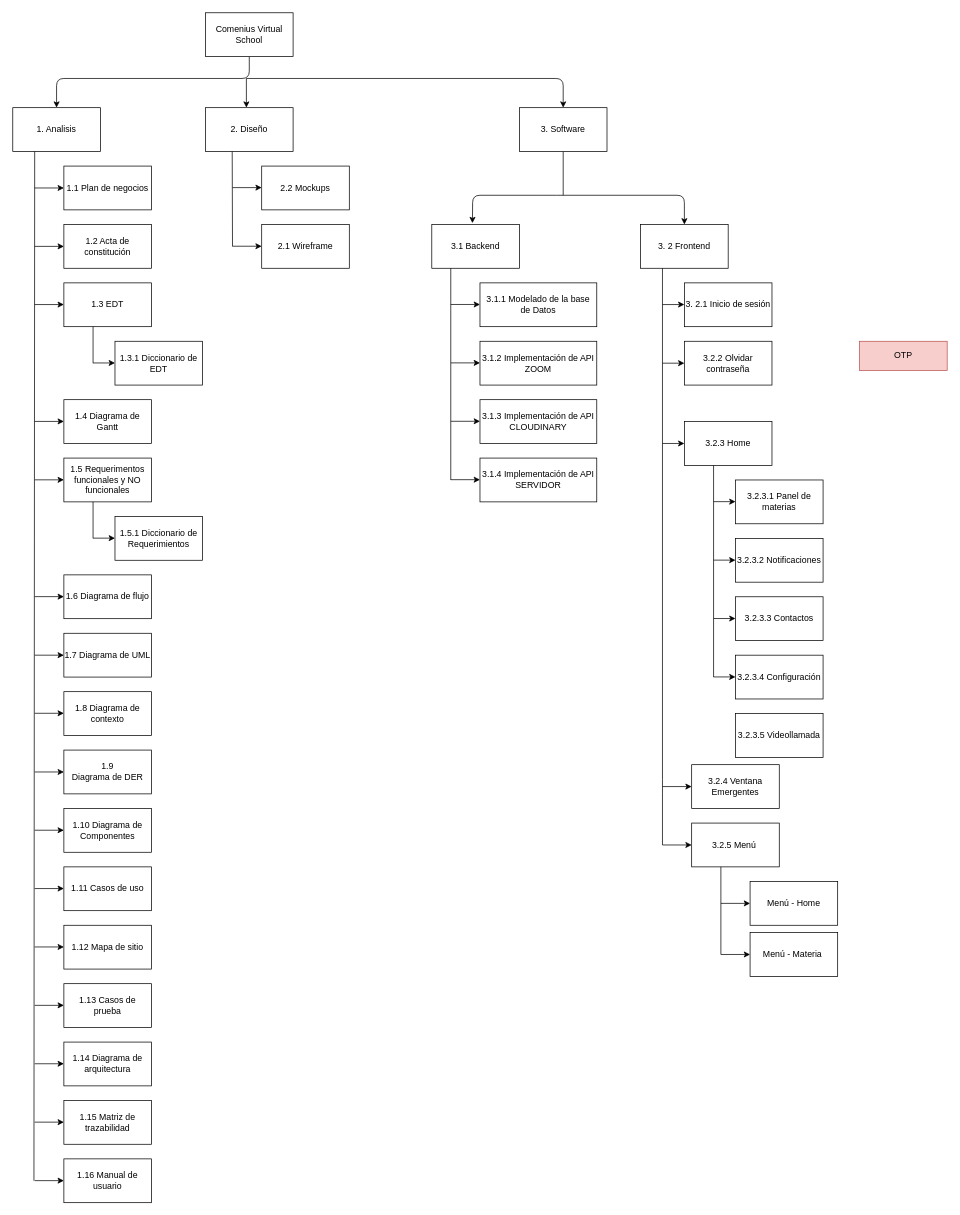
Before: page "EDT" (1 of 2) of edt.drawio in pr1mus-h4ck/diagramas, a draw.io diagram. Source tidied: cells renumbered, new cells numbered last; positions are measured from the earlier drawing's top-left corner, leaving out a move shared by most shapes. Both pictures are drawn from the tidied source at 73%, with x=0, y=0 at pixel (12, 12).
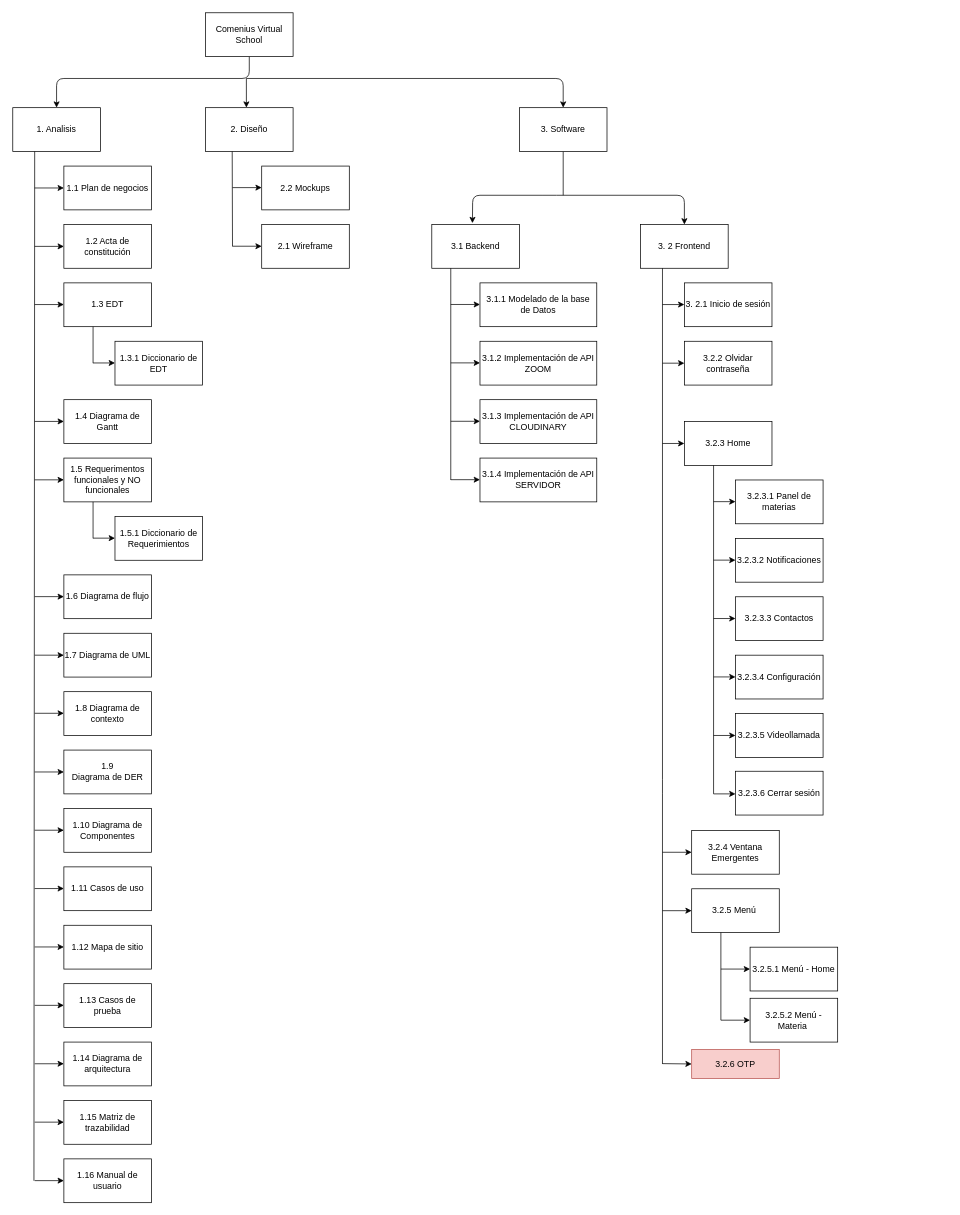
The same diagram, later.

The change refers to these unchanged cells:
```xml
<mxCell id="83" value="3.2.3.5 Videollamada" style="rounded=0;whiteSpace=wrap;html=1;" parent="1" vertex="1">
  <mxGeometry x="990" y="960" width="120" height="60" as="geometry" />
</mxCell>
```

Diff of the diagram source:
```diff
@@
     <mxCell id="68" style="endArrow=none;html=1;" parent="1" edge="1">
       <mxGeometry relative="1" as="geometry">
-        <mxPoint x="890" y="1140" as="sourcePoint" />
+        <mxPoint x="890" y="1440" as="sourcePoint" />
         <mxPoint x="890" y="350" as="targetPoint" />
         <Array as="points">
           <mxPoint x="890" y="1060" />
         </Array>
       </mxGeometry>
     </mxCell>
@@
     <mxCell id="74" style="endArrow=none;html=1;" parent="1" edge="1">
       <mxGeometry relative="1" as="geometry">
-        <mxPoint x="960" y="910" as="sourcePoint" />
+        <mxPoint x="960" y="1070" as="sourcePoint" />
         <mxPoint x="960" y="620" as="targetPoint" />
       </mxGeometry>
     </mxCell>
@@
-    <mxCell id="81" value="OTP" style="rounded=0;whiteSpace=wrap;html=1;fillColor=#f8cecc;strokeColor=#b85450;" parent="1" vertex="1">
-      <mxGeometry x="1160" y="450" width="120" height="40" as="geometry" />
+    <mxCell id="81" value="3.2.6 OTP" style="rounded=0;whiteSpace=wrap;html=1;fillColor=#f8cecc;strokeColor=#b85450;" parent="1" vertex="1">
+      <mxGeometry x="930" y="1420" width="120" height="40" as="geometry" />
     </mxCell>
@@
     <mxCell id="84" value="3.2.4 Ventana Emergentes" style="rounded=0;whiteSpace=wrap;html=1;" parent="1" vertex="1">
-      <mxGeometry x="930" y="1030" width="120" height="60" as="geometry" />
+      <mxGeometry x="930" y="1120" width="120" height="60" as="geometry" />
     </mxCell>
     <mxCell id="85" value="3.2.5 Menú&amp;nbsp;" style="rounded=0;whiteSpace=wrap;html=1;" parent="1" vertex="1">
-      <mxGeometry x="930" y="1110" width="120" height="60" as="geometry" />
+      <mxGeometry x="930" y="1200" width="120" height="60" as="geometry" />
     </mxCell>
     <mxCell id="86" style="edgeStyle=none;html=1;entryX=0;entryY=0.5;entryDx=0;entryDy=0;" parent="1" edge="1" target="84">
       <mxGeometry relative="1" as="geometry">
-        <mxPoint x="890" y="1060" as="sourcePoint" />
+        <mxPoint x="890" y="1150" as="sourcePoint" />
       </mxGeometry>
     </mxCell>
     <mxCell id="87" style="edgeStyle=none;html=1;entryX=0;entryY=0.5;entryDx=0;entryDy=0;" parent="1" edge="1" target="85">
       <mxGeometry relative="1" as="geometry">
-        <mxPoint x="890" y="1140" as="sourcePoint" />
+        <mxPoint x="890" y="1230" as="sourcePoint" />
       </mxGeometry>
     </mxCell>
-    <mxCell id="88" value="Menú - Home" style="rounded=0;whiteSpace=wrap;html=1;" parent="1" vertex="1">
-      <mxGeometry x="1010" y="1190" width="120" height="60" as="geometry" />
+    <mxCell id="88" value="3.2.5.1 Menú - Home" style="rounded=0;whiteSpace=wrap;html=1;" parent="1" vertex="1">
+      <mxGeometry x="1010" y="1280" width="120" height="60" as="geometry" />
     </mxCell>
-    <mxCell id="89" value="Menú - Materia&amp;nbsp;" style="rounded=0;whiteSpace=wrap;html=1;" parent="1" vertex="1">
-      <mxGeometry x="1010" y="1260" width="120" height="60" as="geometry" />
+    <mxCell id="89" value="3.2.5.2 Menú - Materia&amp;nbsp;" style="rounded=0;whiteSpace=wrap;html=1;" parent="1" vertex="1">
+      <mxGeometry x="1010" y="1350" width="120" height="60" as="geometry" />
     </mxCell>
     <mxCell id="90" style="endArrow=none;html=1;" parent="1" edge="1">
       <mxGeometry relative="1" as="geometry">
-        <mxPoint x="970" y="1290" as="sourcePoint" />
-        <mxPoint x="970" y="1170" as="targetPoint" />
+        <mxPoint x="970" y="1380" as="sourcePoint" />
+        <mxPoint x="970" y="1260" as="targetPoint" />
       </mxGeometry>
     </mxCell>
     <mxCell id="91" style="endArrow=classic;html=1;" parent="1" edge="1" target="88">
       <mxGeometry relative="1" as="geometry">
-        <mxPoint x="970" y="1220" as="sourcePoint" />
+        <mxPoint x="970" y="1310" as="sourcePoint" />
       </mxGeometry>
     </mxCell>
     <mxCell id="92" style="endArrow=classic;html=1;entryX=0;entryY=0.5;entryDx=0;entryDy=0;" parent="1" edge="1" target="89">
       <mxGeometry relative="1" as="geometry">
-        <mxPoint x="970" y="1290" as="sourcePoint" />
+        <mxPoint x="970" y="1380" as="sourcePoint" />
       </mxGeometry>
     </mxCell>
+    <mxCell id="93" style="endArrow=classic;html=1;" parent="1" edge="1">
+      <mxGeometry relative="1" as="geometry">
+        <mxPoint x="890" y="1439.5" as="sourcePoint" />
+        <mxPoint x="930" y="1440" as="targetPoint" />
+      </mxGeometry>
+    </mxCell>
+    <mxCell id="94" value="3.2.3.6 Cerrar sesión" style="rounded=0;whiteSpace=wrap;html=1;" parent="1" vertex="1">
+      <mxGeometry x="990" y="1039" width="120" height="60" as="geometry" />
+    </mxCell>
+    <mxCell id="95" style="endArrow=classic;html=1;" parent="1" edge="1">
+      <mxGeometry relative="1" as="geometry">
+        <mxPoint x="960" y="1070" as="sourcePoint" />
+        <mxPoint x="990" y="1070" as="targetPoint" />
+      </mxGeometry>
+    </mxCell>
+    <mxCell id="96" style="endArrow=classic;html=1;entryX=0;entryY=0.5;entryDx=0;entryDy=0;" parent="1" edge="1" target="83">
+      <mxGeometry relative="1" as="geometry">
+        <mxPoint x="960" y="990" as="sourcePoint" />
+      </mxGeometry>
+    </mxCell>
```
